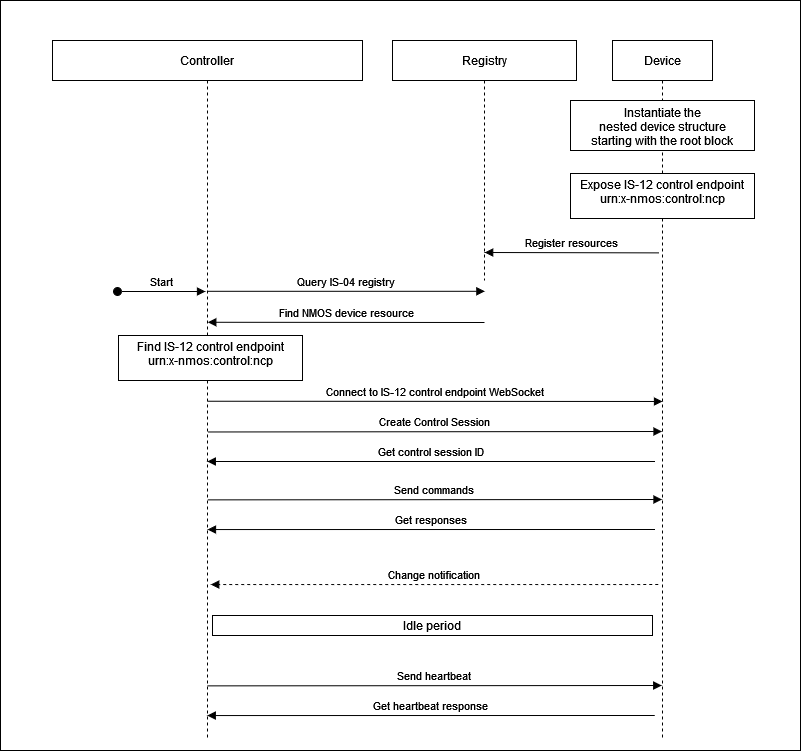
Earlier version of the draw.io export docs/images/basic-device-sequence.png (AMWA-TV/info-006). Source tidied: cells renumbered, new cells last; positions are measured from the earlier drawing's top-left corner, leaving out a move shared by most shapes.
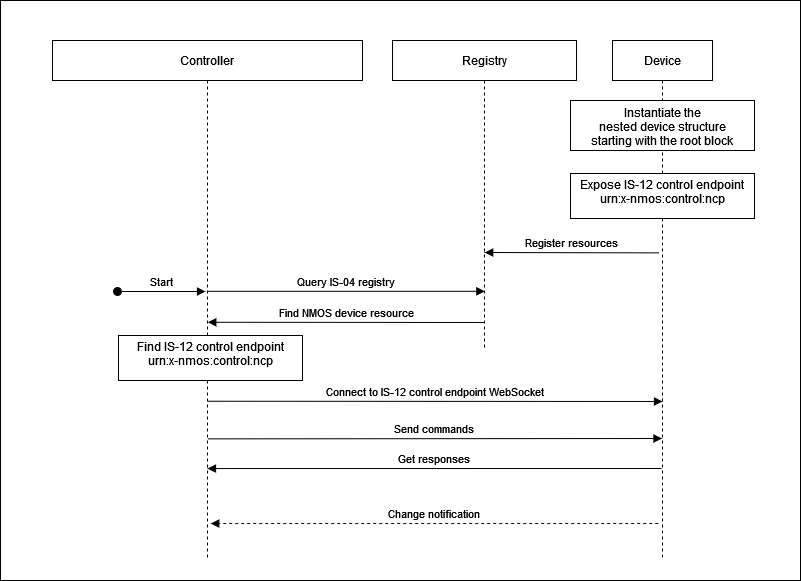
The same file after the commit.

Commit message:
Remove mentions of control sessions and heartbeats (#8)

What changed in the source:
```diff
@@ -3,14 +3,8 @@
     <mxCell id="0" />
     <mxCell id="1" parent="0" />
     <mxCell id="2" style="rounded=0;whiteSpace=wrap;html=1;" parent="1" vertex="1">
-      <mxGeometry width="800" height="750" as="geometry" />
+      <mxGeometry width="800" height="580" as="geometry" />
     </mxCell>
-    <mxCell id="3" value="Create Control Session" style="verticalAlign=bottom;endArrow=block;shadow=0;strokeWidth=1;endFill=1;exitX=0.5;exitY=0.416;exitDx=0;exitDy=0;exitPerimeter=0;" parent="1" edge="1">
-      <mxGeometry relative="1" as="geometry">
-        <mxPoint x="207" y="431.5" as="sourcePoint" />
-        <mxPoint x="661.5" y="431" as="targetPoint" />
-      </mxGeometry>
-    </mxCell>
     <mxCell id="4" value="Connect to IS-12 control endpoint WebSocket" style="verticalAlign=bottom;endArrow=block;shadow=0;strokeWidth=1;endFill=1;entryX=0.5;entryY=0.423;entryDx=0;entryDy=0;entryPerimeter=0;exitX=0.5;exitY=0.358;exitDx=0;exitDy=0;exitPerimeter=0;" parent="1" edge="1">
       <mxGeometry relative="1" as="geometry">
         <mxPoint x="207" y="400.7" as="sourcePoint" />
@@ -18,7 +12,7 @@
       </mxGeometry>
     </mxCell>
     <mxCell id="5" value="Controller" style="shape=umlLifeline;perimeter=lifelinePerimeter;rounded=0;shadow=0;strokeWidth=1;" parent="1" vertex="1">
-      <mxGeometry x="52" y="40" width="310" height="700" as="geometry" />
+      <mxGeometry x="52" y="40" width="310" height="520" as="geometry" />
     </mxCell>
     <mxCell id="6" value="Start" style="verticalAlign=bottom;startArrow=oval;endArrow=block;startSize=8;shadow=0;strokeWidth=1;" parent="5" edge="1">
       <mxGeometry relative="1" as="geometry">
@@ -30,7 +24,7 @@
       <mxGeometry x="66" y="295" width="184" height="45" as="geometry" />
     </mxCell>
     <mxCell id="8" value="Registry" style="shape=umlLifeline;perimeter=lifelinePerimeter;rounded=0;shadow=0;strokeWidth=1;" parent="1" vertex="1">
-      <mxGeometry x="392" y="40" width="184" height="240" as="geometry" />
+      <mxGeometry x="392" y="40" width="184" height="310" as="geometry" />
     </mxCell>
     <mxCell id="9" value="Register resources" style="verticalAlign=bottom;endArrow=block;shadow=0;strokeWidth=1;entryX=0.501;entryY=0.342;entryDx=0;entryDy=0;entryPerimeter=0;" parent="8" edge="1">
       <mxGeometry relative="1" as="geometry">
@@ -39,24 +33,18 @@
       </mxGeometry>
     </mxCell>
     <mxCell id="10" value="Device" style="shape=umlLifeline;perimeter=lifelinePerimeter;rounded=0;shadow=0;strokeWidth=1;" parent="1" vertex="1">
-      <mxGeometry x="612" y="40" width="100" height="700" as="geometry" />
+      <mxGeometry x="612" y="40" width="100" height="520" as="geometry" />
     </mxCell>
-    <mxCell id="11" value="Get control session ID" style="verticalAlign=bottom;endArrow=block;shadow=0;strokeWidth=1;" parent="1" edge="1">
-      <mxGeometry relative="1" as="geometry">
-        <mxPoint x="654.5" y="461" as="sourcePoint" />
-        <mxPoint x="206.8" y="461" as="targetPoint" />
-      </mxGeometry>
-    </mxCell>
     <mxCell id="12" value="Send commands" style="verticalAlign=bottom;endArrow=block;shadow=0;strokeWidth=1;endFill=1;exitX=0.5;exitY=0.529;exitDx=0;exitDy=0;exitPerimeter=0;" parent="1" edge="1">
       <mxGeometry relative="1" as="geometry">
-        <mxPoint x="207" y="499.4" as="sourcePoint" />
-        <mxPoint x="661.5" y="499" as="targetPoint" />
+        <mxPoint x="207" y="438.4" as="sourcePoint" />
+        <mxPoint x="661.5" y="438" as="targetPoint" />
       </mxGeometry>
     </mxCell>
     <mxCell id="13" value="Get responses" style="verticalAlign=bottom;endArrow=block;shadow=0;strokeWidth=1;entryX=0.5;entryY=0.585;entryDx=0;entryDy=0;entryPerimeter=0;" parent="1" edge="1">
       <mxGeometry relative="1" as="geometry">
-        <mxPoint x="654.5" y="529" as="sourcePoint" />
-        <mxPoint x="207" y="529" as="targetPoint" />
+        <mxPoint x="661" y="468" as="sourcePoint" />
+        <mxPoint x="207" y="468" as="targetPoint" />
       </mxGeometry>
     </mxCell>
     <mxCell id="14" value="Find NMOS device resource" style="verticalAlign=bottom;endArrow=block;shadow=0;strokeWidth=1;entryX=0.501;entryY=0.209;entryDx=0;entryDy=0;entryPerimeter=0;" parent="1" edge="1">
@@ -71,25 +59,10 @@
         <mxPoint x="484.4" y="290.8" as="targetPoint" />
       </mxGeometry>
     </mxCell>
-    <mxCell id="16" value="Idle period" style="perimeter=orthogonalPerimeter;rounded=0;shadow=0;strokeWidth=1;verticalAlign=middle;horizontal=1;spacingTop=0;" parent="1" vertex="1">
-      <mxGeometry x="212" y="615" width="440" height="20" as="geometry" />
-    </mxCell>
-    <mxCell id="17" value="Send heartbeat" style="verticalAlign=bottom;endArrow=block;shadow=0;strokeWidth=1;endFill=1;exitX=0.5;exitY=0.529;exitDx=0;exitDy=0;exitPerimeter=0;" parent="1" edge="1">
-      <mxGeometry relative="1" as="geometry">
-        <mxPoint x="206.8" y="685.4" as="sourcePoint" />
-        <mxPoint x="661.2" y="685" as="targetPoint" />
-      </mxGeometry>
-    </mxCell>
-    <mxCell id="18" value="Get heartbeat response" style="verticalAlign=bottom;endArrow=block;shadow=0;strokeWidth=1;entryX=0.5;entryY=0.585;entryDx=0;entryDy=0;entryPerimeter=0;" parent="1" edge="1">
-      <mxGeometry relative="1" as="geometry">
-        <mxPoint x="654.2" y="715" as="sourcePoint" />
-        <mxPoint x="206.8" y="715.1" as="targetPoint" />
-      </mxGeometry>
-    </mxCell>
     <mxCell id="19" value="Change notification" style="verticalAlign=bottom;endArrow=block;shadow=0;strokeWidth=1;entryX=0.5;entryY=0.585;entryDx=0;entryDy=0;entryPerimeter=0;dashed=1;" parent="1" edge="1">
       <mxGeometry relative="1" as="geometry">
-        <mxPoint x="657.8" y="584" as="sourcePoint" />
-        <mxPoint x="210.2" y="584.1" as="targetPoint" />
+        <mxPoint x="657.8" y="523" as="sourcePoint" />
+        <mxPoint x="210.2" y="523.1" as="targetPoint" />
       </mxGeometry>
     </mxCell>
     <mxCell id="20" value="Instantiate the&#10;nested device structure&#10;starting with the root block" style="perimeter=orthogonalPerimeter;rounded=0;shadow=0;strokeWidth=1;verticalAlign=middle;horizontal=1;spacingTop=2;" parent="1" vertex="1">
```
